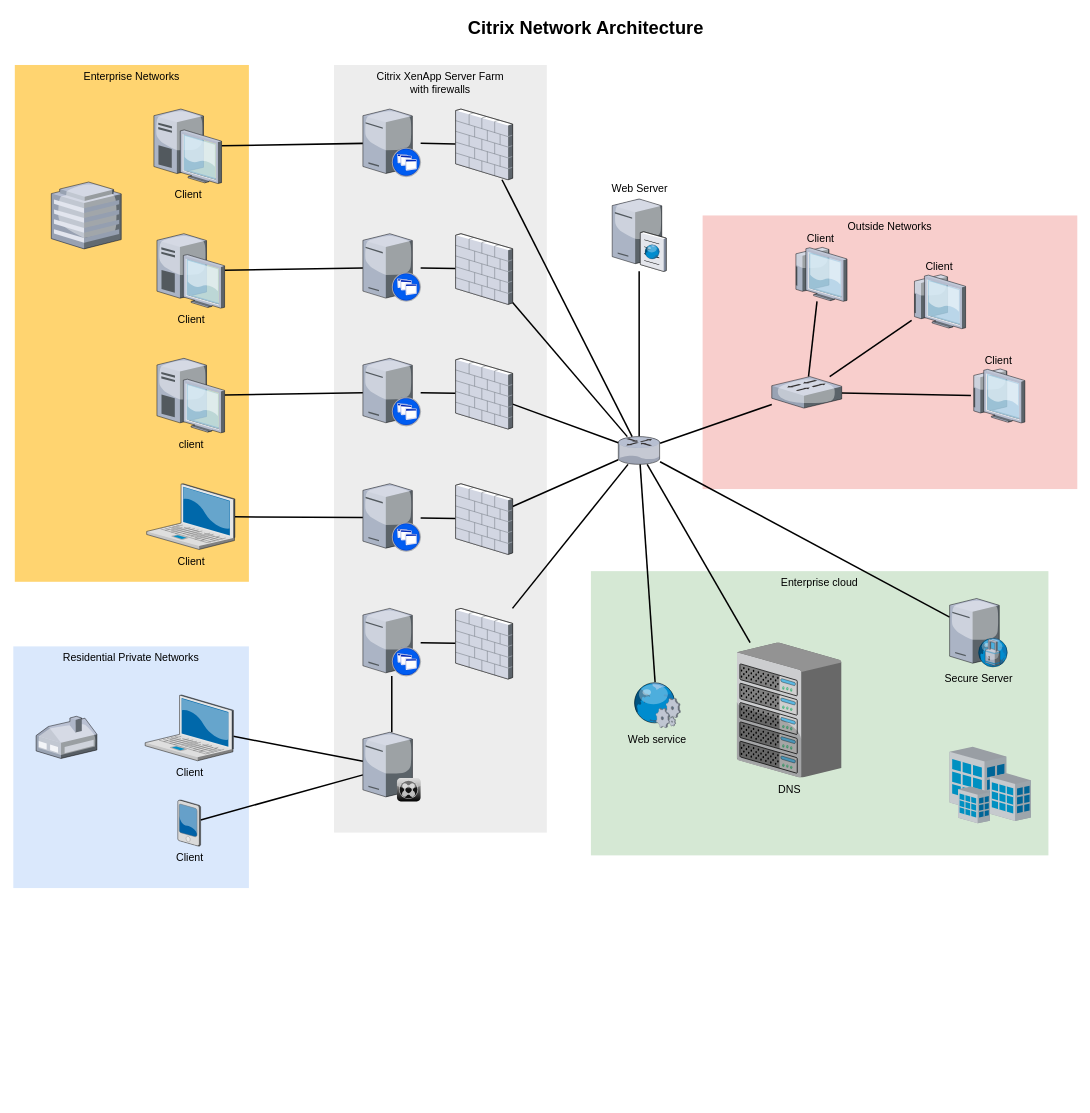
The draw.io diagram TNSE.drawio in zyrenzhouwd/AI-RecommenderSystem, before the edit. Source tidied: cells renumbered, new cells numbered last; positions are measured from the earlier drawing's top-left corner, leaving out a move shared by most shapes. Both pictures are drawn from the tidied source at 76%, with x=0, y=0 at pixel (13, 13).
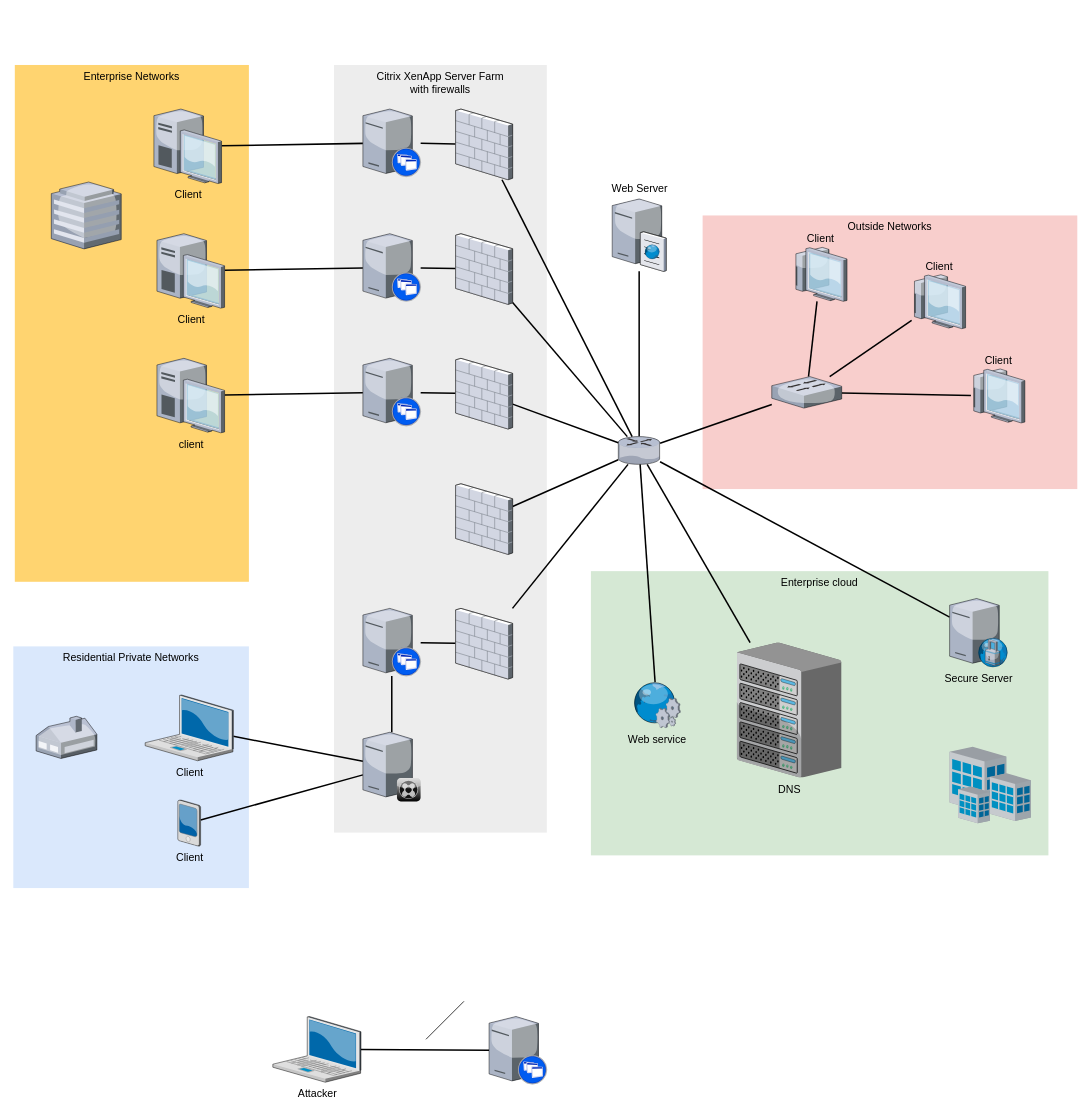
The same page after the edit.

The change refers to these unchanged cells:
```xml
<mxCell id="45" style="verticalLabelPosition=bottom;html=1;verticalAlign=top;strokeColor=none;shape=mxgraph.citrix.firewall;fillColor=#66B2FF;gradientColor=#0066CC;fontSize=14;" parent="1" vertex="1">
  <mxGeometry x="582" y="619" width="75" height="93" as="geometry" />
</mxCell>
```

Change to the diagram source:
```diff
@@
-    <mxCell id="10" value="Client" style="verticalLabelPosition=bottom;html=1;verticalAlign=top;strokeColor=none;shape=mxgraph.citrix.laptop_2;fillColor=#66B2FF;gradientColor=#0066CC;fontSize=14;" parent="1" vertex="1">
-      <mxGeometry x="175.5" y="619" width="116" height="86.5" as="geometry" />
+    <mxCell id="10" value="Attacker" style="verticalLabelPosition=bottom;html=1;verticalAlign=top;strokeColor=none;shape=mxgraph.citrix.laptop_2;fillColor=#66B2FF;gradientColor=#0066CC;fontSize=14;" parent="1" vertex="1">
+      <mxGeometry x="341.5" y="1320" width="116" height="86.5" as="geometry" />
     </mxCell>
@@
-    <mxCell id="21" style="edgeStyle=none;rounded=0;html=1;startSize=10;endSize=10;jettySize=auto;fontSize=14;endArrow=none;endFill=0;strokeWidth=2;" parent="1" edge="1" source="22" target="45">
-      <mxGeometry relative="1" as="geometry" />
-    </mxCell>
     <mxCell id="22" style="verticalLabelPosition=bottom;html=1;verticalAlign=top;strokeColor=none;shape=mxgraph.citrix.xenapp_server;fillColor=#66B2FF;gradientColor=#0066CC;fontSize=14;" parent="1" vertex="1">
-      <mxGeometry x="460" y="619" width="76" height="89" as="geometry" />
+      <mxGeometry x="626" y="1320" width="76" height="89" as="geometry" />
     </mxCell>
@@
-    <mxCell id="61" value="Citrix Network Architecture" style="text;strokeColor=none;fillColor=none;html=1;fontSize=24;fontStyle=1;verticalAlign=middle;align=center;" parent="1" vertex="1">
-      <mxGeometry x="322" width="861" height="40" as="geometry" />
-    </mxCell>
+    <mxCell id="62" style="endArrow=none;html=1;rounded=0;" parent="1" edge="1">
+      <mxGeometry relative="1" as="geometry">
+        <mxPoint x="543" y="1350" as="sourcePoint" />
+        <mxPoint x="593" y="1300" as="targetPoint" />
+      </mxGeometry>
+    </mxCell>
```
